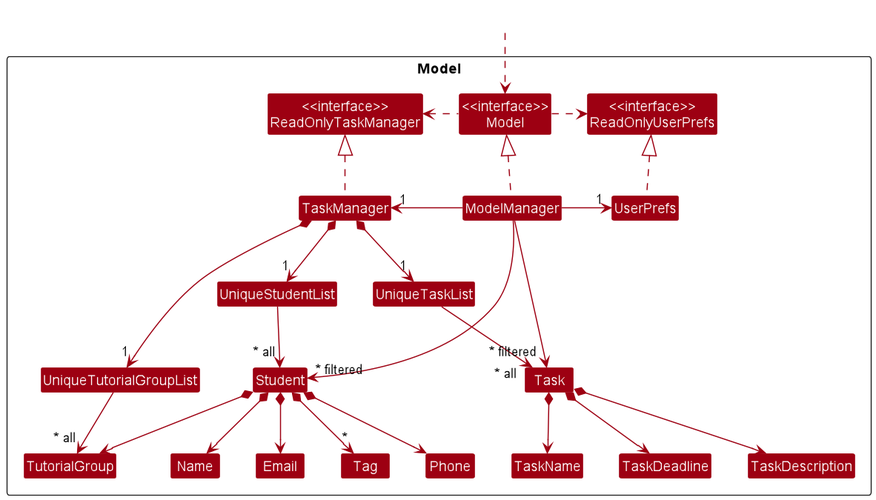
This is docs/images/ModelClassDiagram.png from AY2223S1-CS2103T-T13-1/tp, a PlantUML export, as it was before one commit. Source of this version:
```plantuml
@startuml
scale 1.35
!include style.puml
skinparam arrowThickness 1.1
skinparam arrowColor MODEL_COLOR
skinparam classBackgroundColor MODEL_COLOR

Package Model <<Rectangle>>{
Class "<<interface>>\nReadOnlyTaskManager" as ReadOnlyTaskManager
Class "<<interface>>\nReadOnlyUserPrefs" as ReadOnlyUserPrefs
Class "<<interface>>\nModel" as Model
Class TaskManager
Class ModelManager
Class UserPrefs

Class UniqueTaskList
Class UniqueStudentList
Class UniqueTutorialGroupList
Class Student
Class Task
Class Email
Class Name
Class Phone
Class TutorialGroup
Class Tag
Class TaskName
Class TaskDeadline
Class TaskDescription

}

Class HiddenOutside #FFFFFF
HiddenOutside ..> Model

TaskManager .up.|> ReadOnlyTaskManager

ModelManager .up.|> Model
Model .right.> ReadOnlyUserPrefs
Model .left.> ReadOnlyTaskManager
ModelManager -left-> "1" TaskManager
ModelManager -right-> "1" UserPrefs
UserPrefs .up.|> ReadOnlyUserPrefs

TaskManager *--> "1" UniqueStudentList
TaskManager *--> "1" UniqueTaskList
TaskManager *--> "1" UniqueTutorialGroupList
UniqueStudentList --> "~* all" Student
UniqueTaskList --> "~* all" Task
UniqueTutorialGroupList --> "~* all" TutorialGroup
Student *--> Name
Student *--> Phone
Student *--> Email
Student *--> "*" Tag
Student *--> TutorialGroup

Task *--> TaskName
Task *--> TaskDescription
Task *--> TaskDeadline

Name -[hidden]right-> Phone
TutorialGroup -[hidden]right-> TutorialGroup

ModelManager -->"~* filtered" Student
ModelManager -->"~* filtered" Task
@enduml
```
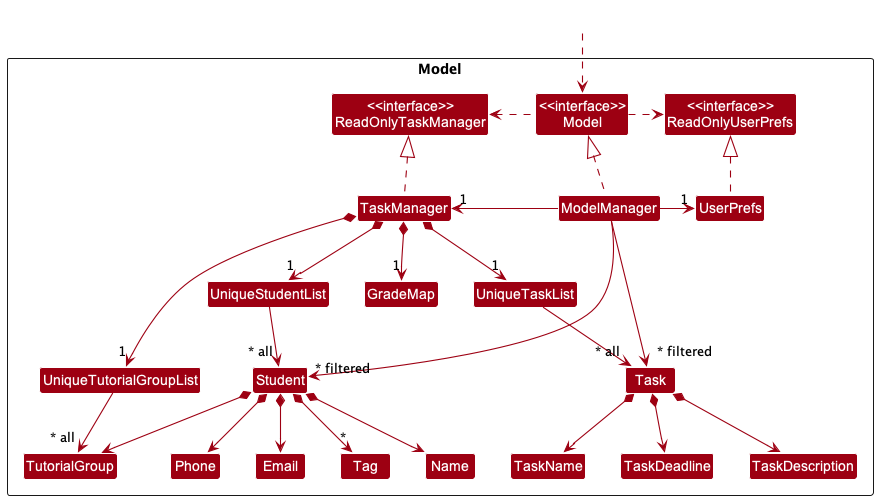
The same file after the commit.

Diff of the diagram source:
```diff
@@ -1,5 +1,4 @@
 @startuml
-scale 1.35
 !include style.puml
 skinparam arrowThickness 1.1
 skinparam arrowColor MODEL_COLOR
@@ -26,7 +25,7 @@
 Class TaskName
 Class TaskDeadline
 Class TaskDescription
-
+Class GradeMap
 }
 
 Class HiddenOutside #FFFFFF
@@ -44,6 +43,7 @@
 TaskManager *--> "1" UniqueStudentList
 TaskManager *--> "1" UniqueTaskList
 TaskManager *--> "1" UniqueTutorialGroupList
+TaskManager *--> "1" GradeMap
 UniqueStudentList --> "~* all" Student
 UniqueTaskList --> "~* all" Task
 UniqueTutorialGroupList --> "~* all" TutorialGroup
```
